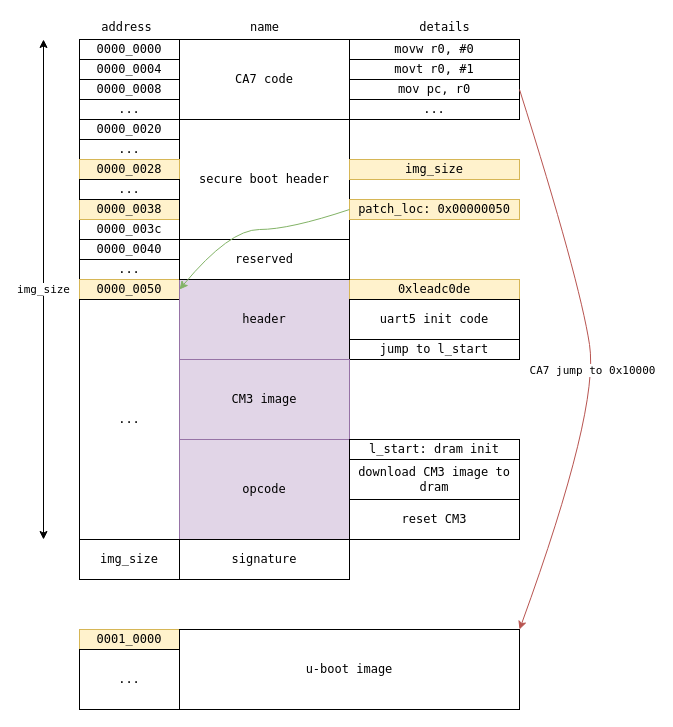
Before: doc/AST2650_cm3boot.drawio in AspeedTech-BMC/rom-patcher, a draw.io diagram. Source tidied: cells renumbered, new cells numbered last; positions are measured from the earlier drawing's top-left corner, leaving out a move shared by most shapes. Both pictures are drawn from the tidied source at 100%, with x=0, y=0 at pixel (43, 17).
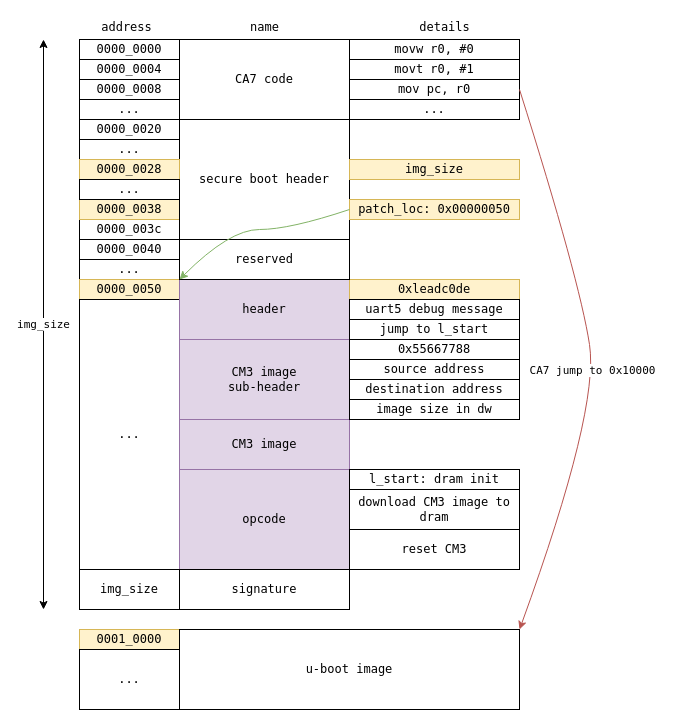
The same page after the edit.

Commit message:
update flash layout

The change refers to these unchanged cells:
```xml
<mxCell id="13" value="secure boot header" style="rounded=0;whiteSpace=wrap;html=1;fontFamily=Lucida Console;" parent="1" vertex="1">
  <mxGeometry x="136" y="102" width="170" height="120" as="geometry" />
</mxCell>
<mxCell id="16" value="0000_0050" style="rounded=0;whiteSpace=wrap;html=1;fontFamily=Lucida Console;fillColor=#fff2cc;strokeColor=#d6b656;" parent="1" vertex="1">
  <mxGeometry x="36" y="262" width="100" height="20" as="geometry" />
</mxCell>
```

Change to the diagram source:
```diff
@@
     <mxCell id="17" value="..." style="rounded=0;whiteSpace=wrap;html=1;fontFamily=Lucida Console;" parent="1" vertex="1">
-      <mxGeometry x="36" y="282" width="100" height="240" as="geometry" />
+      <mxGeometry x="36" y="282" width="100" height="270" as="geometry" />
     </mxCell>
     <mxCell id="18" value="header" style="rounded=0;whiteSpace=wrap;html=1;fontFamily=Lucida Console;fillColor=#e1d5e7;strokeColor=#9673a6;" parent="1" vertex="1">
-      <mxGeometry x="136" y="262" width="170" height="80" as="geometry" />
+      <mxGeometry x="136" y="262" width="170" height="60" as="geometry" />
     </mxCell>
@@
-    <mxCell id="23" value="uart5 init code" style="rounded=0;whiteSpace=wrap;html=1;fontFamily=Lucida Console;" parent="1" vertex="1">
-      <mxGeometry x="306" y="282" width="170" height="40" as="geometry" />
+    <mxCell id="23" value="uart5 debug message" style="rounded=0;whiteSpace=wrap;html=1;fontFamily=Lucida Console;" parent="1" vertex="1">
+      <mxGeometry x="306" y="282" width="170" height="20" as="geometry" />
     </mxCell>
     <mxCell id="24" value="jump to l_start" style="rounded=0;whiteSpace=wrap;html=1;fontFamily=Lucida Console;" parent="1" vertex="1">
-      <mxGeometry x="306" y="322" width="170" height="20" as="geometry" />
+      <mxGeometry x="306" y="302" width="170" height="20" as="geometry" />
     </mxCell>
     <mxCell id="25" value="CM3 image" style="rounded=0;whiteSpace=wrap;html=1;fontFamily=Lucida Console;fillColor=#e1d5e7;strokeColor=#9673a6;" parent="1" vertex="1">
-      <mxGeometry x="136" y="342" width="170" height="80" as="geometry" />
+      <mxGeometry x="136" y="402" width="170" height="50" as="geometry" />
     </mxCell>
     <mxCell id="26" value="opcode" style="rounded=0;whiteSpace=wrap;html=1;fontFamily=Lucida Console;fillColor=#e1d5e7;strokeColor=#9673a6;" parent="1" vertex="1">
-      <mxGeometry x="136" y="422" width="170" height="100" as="geometry" />
+      <mxGeometry x="136" y="452" width="170" height="100" as="geometry" />
     </mxCell>
     <mxCell id="27" value="l_start: dram init" style="rounded=0;whiteSpace=wrap;html=1;fontFamily=Lucida Console;" parent="1" vertex="1">
-      <mxGeometry x="306" y="422" width="170" height="20" as="geometry" />
+      <mxGeometry x="306" y="452" width="170" height="20" as="geometry" />
     </mxCell>
     <mxCell id="28" value="download CM3 image to dram" style="rounded=0;whiteSpace=wrap;html=1;fontFamily=Lucida Console;" parent="1" vertex="1">
-      <mxGeometry x="306" y="442" width="170" height="40" as="geometry" />
+      <mxGeometry x="306" y="472" width="170" height="40" as="geometry" />
     </mxCell>
     <mxCell id="29" value="reset CM3" style="rounded=0;whiteSpace=wrap;html=1;fontFamily=Lucida Console;" parent="1" vertex="1">
-      <mxGeometry x="306" y="482" width="170" height="40" as="geometry" />
+      <mxGeometry x="306" y="512" width="170" height="40" as="geometry" />
     </mxCell>
@@
     <mxCell id="34" value="img_size" style="rounded=0;whiteSpace=wrap;html=1;fontFamily=Lucida Console;" parent="1" vertex="1">
-      <mxGeometry x="36" y="522" width="100" height="40" as="geometry" />
+      <mxGeometry x="36" y="552" width="100" height="40" as="geometry" />
     </mxCell>
@@
-    <mxCell id="43" style="curved=1;endArrow=classic;html=1;fontFamily=Lucida Console;exitX=1;exitY=0.75;exitDx=0;exitDy=0;entryX=1;entryY=0.5;entryDx=0;entryDy=0;fillColor=#d5e8d4;strokeColor=#82b366;" parent="1" edge="1" source="13" target="16">
+    <mxCell id="43" style="curved=1;endArrow=classic;html=1;fontFamily=Lucida Console;exitX=1;exitY=0.75;exitDx=0;exitDy=0;entryX=0;entryY=0;entryDx=0;entryDy=0;fillColor=#d5e8d4;strokeColor=#82b366;" parent="1" edge="1" source="13" target="18">
       <mxGeometry relative="1" as="geometry">
         <Array as="points">
           <mxPoint x="246" y="212" />
           <mxPoint x="186" y="212" />
         </Array>
       </mxGeometry>
     </mxCell>
     <mxCell id="44" value="signature" style="rounded=0;whiteSpace=wrap;html=1;fontFamily=Lucida Console;" parent="1" vertex="1">
-      <mxGeometry x="136" y="522" width="170" height="40" as="geometry" />
+      <mxGeometry x="136" y="552" width="170" height="40" as="geometry" />
     </mxCell>
     <mxCell id="45" value="img_size" style="endArrow=classic;startArrow=classic;html=1;fontFamily=Lucida Console;" parent="1" edge="1">
       <mxGeometry relative="1" as="geometry">
-        <mxPoint y="522" as="sourcePoint" />
+        <mxPoint y="592" as="sourcePoint" />
         <mxPoint y="22" as="targetPoint" />
       </mxGeometry>
     </mxCell>
+    <mxCell id="46" value="CM3 image&lt;br&gt;sub-header" style="rounded=0;whiteSpace=wrap;html=1;fontFamily=Lucida Console;fillColor=#e1d5e7;strokeColor=#9673a6;" parent="1" vertex="1">
+      <mxGeometry x="136" y="322" width="170" height="80" as="geometry" />
+    </mxCell>
+    <mxCell id="47" value="0x55667788" style="rounded=0;whiteSpace=wrap;html=1;fontFamily=Lucida Console;" parent="1" vertex="1">
+      <mxGeometry x="306" y="322" width="170" height="20" as="geometry" />
+    </mxCell>
+    <mxCell id="48" value="source address" style="rounded=0;whiteSpace=wrap;html=1;fontFamily=Lucida Console;" parent="1" vertex="1">
+      <mxGeometry x="306" y="342" width="170" height="20" as="geometry" />
+    </mxCell>
+    <mxCell id="49" value="destination address" style="rounded=0;whiteSpace=wrap;html=1;fontFamily=Lucida Console;" parent="1" vertex="1">
+      <mxGeometry x="306" y="362" width="170" height="20" as="geometry" />
+    </mxCell>
+    <mxCell id="50" value="image size in dw" style="rounded=0;whiteSpace=wrap;html=1;fontFamily=Lucida Console;" parent="1" vertex="1">
+      <mxGeometry x="306" y="382" width="170" height="20" as="geometry" />
+    </mxCell>
```
